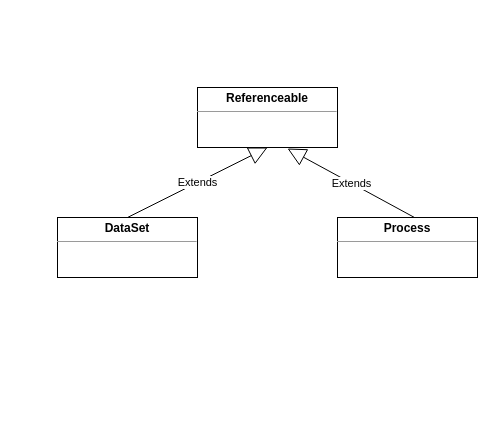
Before: files/Atlas数据模型.drawio in yshaojie/drawio, a draw.io diagram. Source tidied: cells renumbered, new cells numbered last; positions are measured from the earlier drawing's top-left corner, leaving out a move shared by most shapes. Both pictures are drawn from the tidied source at 100%, with x=0, y=0 at pixel (57, 87).
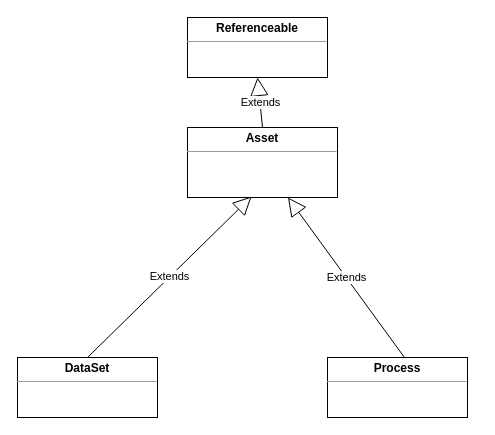
After the change.

The edit, as a diff of the source:
```diff
@@
 <mxGraphModel>
   <root>
     <mxCell id="0" />
     <mxCell id="1" parent="0" />
     <mxCell id="2" value="&lt;p style=&quot;margin: 0px ; margin-top: 4px ; text-align: center&quot;&gt;&lt;b&gt;Referenceable&lt;/b&gt;&lt;br&gt;&lt;/p&gt;&lt;hr size=&quot;1&quot;&gt;&lt;div style=&quot;height: 2px&quot;&gt;&lt;/div&gt;" style="verticalAlign=top;align=left;overflow=fill;fontSize=12;fontFamily=Helvetica;html=1;" parent="1" vertex="1">
-      <mxGeometry x="140" width="140" height="60" as="geometry" />
+      <mxGeometry x="130" y="-70" width="140" height="60" as="geometry" />
     </mxCell>
     <mxCell id="3" value="&lt;p style=&quot;margin: 0px ; margin-top: 4px ; text-align: center&quot;&gt;&lt;b&gt;DataSet&lt;/b&gt;&lt;br&gt;&lt;/p&gt;&lt;hr size=&quot;1&quot;&gt;&lt;div style=&quot;height: 2px&quot;&gt;&lt;/div&gt;" style="verticalAlign=top;align=left;overflow=fill;fontSize=12;fontFamily=Helvetica;html=1;" parent="1" vertex="1">
-      <mxGeometry y="130" width="140" height="60" as="geometry" />
+      <mxGeometry x="-40" y="270" width="140" height="60" as="geometry" />
     </mxCell>
     <mxCell id="4" value="&lt;p style=&quot;margin: 0px ; margin-top: 4px ; text-align: center&quot;&gt;&lt;b&gt;Process&lt;/b&gt;&lt;br&gt;&lt;/p&gt;&lt;hr size=&quot;1&quot;&gt;&lt;div style=&quot;height: 2px&quot;&gt;&lt;/div&gt;" style="verticalAlign=top;align=left;overflow=fill;fontSize=12;fontFamily=Helvetica;html=1;" parent="1" vertex="1">
-      <mxGeometry x="280" y="130" width="140" height="60" as="geometry" />
+      <mxGeometry x="270" y="270" width="140" height="60" as="geometry" />
     </mxCell>
-    <mxCell id="5" value="Extends" style="endArrow=block;endSize=16;endFill=0;html=1;entryX=0.5;entryY=1;entryDx=0;entryDy=0;exitX=0.5;exitY=0;exitDx=0;exitDy=0;" parent="1" edge="1" source="3" target="2">
+    <mxCell id="5" value="Extends" style="endArrow=block;endSize=16;endFill=0;html=1;exitX=0.5;exitY=0;exitDx=0;exitDy=0;entryX=0.427;entryY=0.986;entryDx=0;entryDy=0;entryPerimeter=0;" parent="1" edge="1" source="3" target="7">
       <mxGeometry relative="1" as="geometry" />
     </mxCell>
-    <mxCell id="6" value="Extends" style="endArrow=block;endSize=16;endFill=0;html=1;entryX=0.643;entryY=1.017;entryDx=0;entryDy=0;entryPerimeter=0;exitX=0.55;exitY=0;exitDx=0;exitDy=0;exitPerimeter=0;" parent="1" edge="1" source="4" target="2">
+    <mxCell id="6" value="Extends" style="endArrow=block;endSize=16;endFill=0;html=1;exitX=0.55;exitY=0;exitDx=0;exitDy=0;exitPerimeter=0;" parent="1" edge="1" source="4" target="7">
       <mxGeometry relative="1" as="geometry" />
     </mxCell>
+    <mxCell id="7" value="&lt;p style=&quot;margin: 0px ; margin-top: 4px ; text-align: center&quot;&gt;&lt;b&gt;Asset&lt;/b&gt;&lt;br&gt;&lt;/p&gt;&lt;hr size=&quot;1&quot;&gt;&lt;div style=&quot;height: 2px&quot;&gt;&lt;/div&gt;" style="verticalAlign=top;align=left;overflow=fill;fontSize=12;fontFamily=Helvetica;html=1;" parent="1" vertex="1">
+      <mxGeometry x="130" y="40" width="150" height="70" as="geometry" />
+    </mxCell>
+    <mxCell id="8" value="Extends" style="endArrow=block;endSize=16;endFill=0;html=1;entryX=0.5;entryY=1;entryDx=0;entryDy=0;exitX=0.5;exitY=0;exitDx=0;exitDy=0;" parent="1" edge="1" source="7" target="2">
+      <mxGeometry relative="1" as="geometry" />
+    </mxCell>
   </root>
 </mxGraphModel>
```
